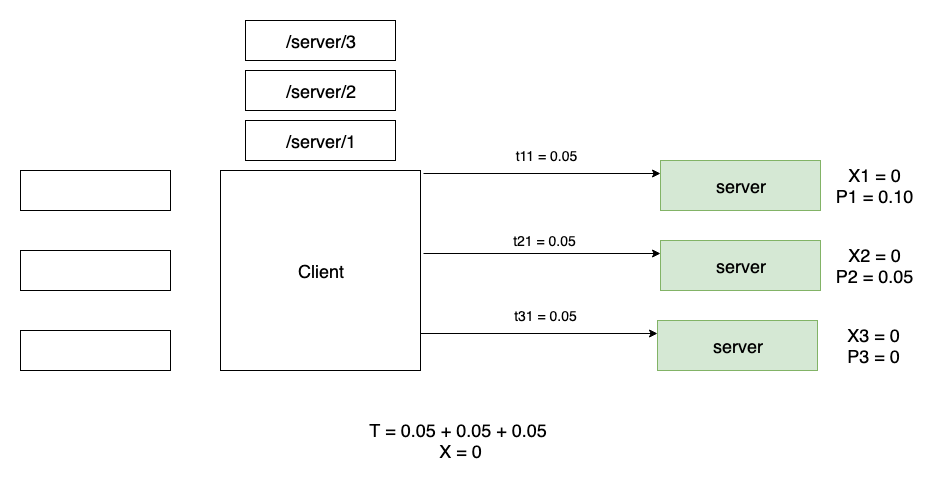
This is decks/grequests-https-talk/images/python-grequests-flow-3.png from saurabh-hirani/slides, a draw.io export, as it was before one commit. Source tidied: cells renumbered, new cells last; positions are measured from the earlier drawing's top-left corner, leaving out a move shared by most shapes. Source of this version:
```xml
<mxGraphModel>
  <root>
    <mxCell id="0" />
    <mxCell id="1" parent="0" />
    <mxCell id="2" style="rounded=0;whiteSpace=wrap;html=1;" parent="1" vertex="1">
      <mxGeometry y="150" width="150" height="40" as="geometry" />
    </mxCell>
    <mxCell id="3" style="rounded=0;whiteSpace=wrap;html=1;" parent="1" vertex="1">
      <mxGeometry y="230" width="150" height="40" as="geometry" />
    </mxCell>
    <mxCell id="4" style="rounded=0;whiteSpace=wrap;html=1;" parent="1" vertex="1">
      <mxGeometry y="310" width="150" height="40" as="geometry" />
    </mxCell>
    <mxCell id="5" value="&lt;font style=&quot;font-size: 18px&quot;&gt;Client&lt;/font&gt;" style="whiteSpace=wrap;html=1;" parent="1" vertex="1">
      <mxGeometry x="200" y="150" width="200" height="200" as="geometry" />
    </mxCell>
    <mxCell id="6" style="edgeStyle=orthogonalEdgeStyle;rounded=0;jettySize=auto;html=1;exitX=1.015;exitY=0.015;exitDx=0;exitDy=0;entryX=0;entryY=0.25;entryDx=0;entryDy=0;exitPerimeter=0;" parent="1" edge="1" source="5" target="7">
      <mxGeometry relative="1" as="geometry" />
    </mxCell>
    <mxCell id="7" value="&lt;span style=&quot;white-space: normal&quot;&gt;&lt;font style=&quot;font-size: 18px&quot;&gt;server&lt;br&gt;&lt;/font&gt;&lt;/span&gt;" style="rounded=0;whiteSpace=wrap;html=1;fillColor=#d5e8d4;strokeColor=#82b366;" parent="1" vertex="1">
      <mxGeometry x="640" y="140" width="160" height="50" as="geometry" />
    </mxCell>
    <object id="8" label="&lt;font style=&quot;font-size: 18px&quot;&gt;T = 0.05 + 0.05 + 0.05&amp;nbsp;&lt;br&gt;X = 0&lt;br&gt;&lt;/font&gt;" name="Variable" placeholders="1">
      <mxCell style="text;html=1;strokeColor=none;fillColor=none;align=center;verticalAlign=middle;whiteSpace=wrap;overflow=hidden;" parent="1" vertex="1">
        <mxGeometry y="390" width="880" height="60" as="geometry" />
      </mxCell>
    </object>
    <mxCell id="9" style="edgeStyle=orthogonalEdgeStyle;rounded=0;jettySize=auto;html=1;exitX=1.015;exitY=0.015;exitDx=0;exitDy=0;entryX=0;entryY=0.25;entryDx=0;entryDy=0;exitPerimeter=0;" parent="1" edge="1" target="10">
      <mxGeometry relative="1" as="geometry">
        <mxPoint x="403" y="233" as="sourcePoint" />
      </mxGeometry>
    </mxCell>
    <mxCell id="10" value="&lt;span style=&quot;white-space: normal&quot;&gt;&lt;font style=&quot;font-size: 18px&quot;&gt;server&lt;br&gt;&lt;/font&gt;&lt;/span&gt;" style="rounded=0;whiteSpace=wrap;html=1;fillColor=#d5e8d4;strokeColor=#82b366;" parent="1" vertex="1">
      <mxGeometry x="640" y="220" width="160" height="50" as="geometry" />
    </mxCell>
    <mxCell id="11" style="edgeStyle=orthogonalEdgeStyle;rounded=0;jettySize=auto;html=1;exitX=1.015;exitY=0.015;exitDx=0;exitDy=0;entryX=0;entryY=0.25;entryDx=0;entryDy=0;exitPerimeter=0;" parent="1" edge="1" target="12">
      <mxGeometry relative="1" as="geometry">
        <mxPoint x="400" y="313" as="sourcePoint" />
      </mxGeometry>
    </mxCell>
    <mxCell id="12" value="&lt;span style=&quot;white-space: normal&quot;&gt;&lt;font style=&quot;font-size: 18px&quot;&gt;server&lt;br&gt;&lt;/font&gt;&lt;/span&gt;" style="rounded=0;whiteSpace=wrap;html=1;fillColor=#d5e8d4;strokeColor=#82b366;" parent="1" vertex="1">
      <mxGeometry x="637" y="300" width="160" height="50" as="geometry" />
    </mxCell>
    <mxCell id="13" value="&lt;span style=&quot;font-size: 18px ; white-space: normal&quot;&gt;/server/1&lt;/span&gt;" style="rounded=0;whiteSpace=wrap;html=1;" parent="1" vertex="1">
      <mxGeometry x="225" y="100" width="150" height="40" as="geometry" />
    </mxCell>
    <mxCell id="14" value="&lt;span style=&quot;font-size: 18px ; white-space: normal&quot;&gt;/server/2&lt;/span&gt;" style="rounded=0;whiteSpace=wrap;html=1;" parent="1" vertex="1">
      <mxGeometry x="225" y="50" width="150" height="40" as="geometry" />
    </mxCell>
    <mxCell id="15" value="&lt;span style=&quot;font-size: 18px ; white-space: normal&quot;&gt;/server/3&lt;/span&gt;" style="rounded=0;whiteSpace=wrap;html=1;" parent="1" vertex="1">
      <mxGeometry x="225" width="150" height="40" as="geometry" />
    </mxCell>
    <object id="16" label="&lt;font style=&quot;font-size: 14px&quot;&gt;t11 = 0.05&lt;/font&gt;" name="Variable" placeholders="1">
      <mxCell style="text;html=1;strokeColor=none;fillColor=none;align=center;verticalAlign=middle;whiteSpace=wrap;overflow=hidden;" parent="1" vertex="1">
        <mxGeometry x="480" y="120" width="90" height="30" as="geometry" />
      </mxCell>
    </object>
    <object id="17" label="&lt;font style=&quot;font-size: 14px&quot;&gt;t21 = 0.05&lt;/font&gt;" name="Variable" placeholders="1">
      <mxCell style="text;html=1;strokeColor=none;fillColor=none;align=center;verticalAlign=middle;whiteSpace=wrap;overflow=hidden;" parent="1" vertex="1">
        <mxGeometry x="479" y="205" width="90" height="30" as="geometry" />
      </mxCell>
    </object>
    <object id="18" label="&lt;font style=&quot;font-size: 14px&quot;&gt;t31 = 0.05&lt;/font&gt;" name="Variable" placeholders="1">
      <mxCell style="text;html=1;strokeColor=none;fillColor=none;align=center;verticalAlign=middle;whiteSpace=wrap;overflow=hidden;" parent="1" vertex="1">
        <mxGeometry x="480" y="280" width="90" height="30" as="geometry" />
      </mxCell>
    </object>
    <object id="19" label="&lt;font style=&quot;font-size: 18px&quot;&gt;X1 = 0&lt;br&gt;P1 = 0.10&lt;/font&gt;" name="Variable" placeholders="1">
      <mxCell style="text;html=1;strokeColor=none;fillColor=none;align=center;verticalAlign=middle;whiteSpace=wrap;overflow=hidden;" parent="1" vertex="1">
        <mxGeometry x="806" y="140" width="94" height="50" as="geometry" />
      </mxCell>
    </object>
    <object id="20" label="&lt;font style=&quot;font-size: 18px&quot;&gt;X2 = 0&lt;br&gt;P2 = 0.05&lt;/font&gt;" name="Variable" placeholders="1">
      <mxCell style="text;html=1;strokeColor=none;fillColor=none;align=center;verticalAlign=middle;whiteSpace=wrap;overflow=hidden;" parent="1" vertex="1">
        <mxGeometry x="806" y="220" width="94" height="50" as="geometry" />
      </mxCell>
    </object>
    <object id="21" label="&lt;font style=&quot;font-size: 18px&quot;&gt;X3 = 0&lt;br&gt;P3 = 0&lt;/font&gt;" name="Variable" placeholders="1">
      <mxCell style="text;html=1;strokeColor=none;fillColor=none;align=center;verticalAlign=middle;whiteSpace=wrap;overflow=hidden;" parent="1" vertex="1">
        <mxGeometry x="806" y="300" width="94" height="50" as="geometry" />
      </mxCell>
    </object>
  </root>
</mxGraphModel>
```
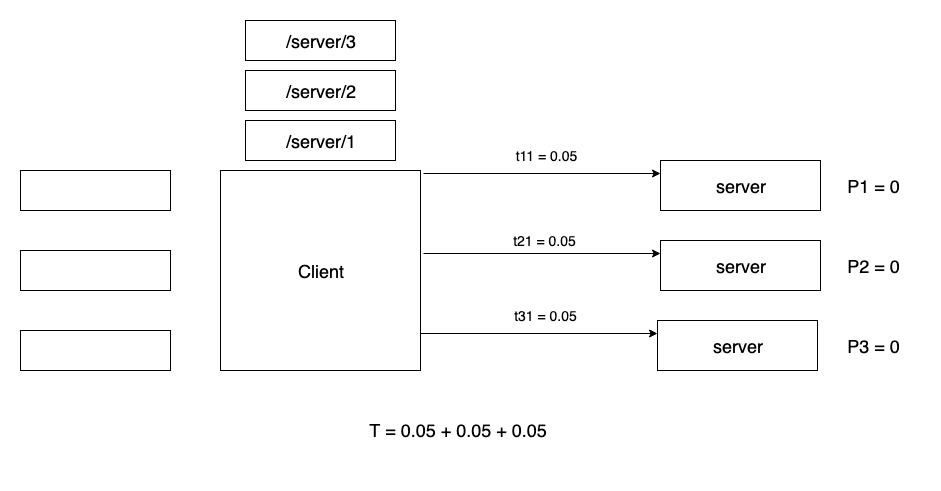
After the change.

The edit, as a diff of the source:
```diff
@@ -17,10 +17,10 @@
     <mxCell id="6" style="edgeStyle=orthogonalEdgeStyle;rounded=0;jettySize=auto;html=1;exitX=1.015;exitY=0.015;exitDx=0;exitDy=0;entryX=0;entryY=0.25;entryDx=0;entryDy=0;exitPerimeter=0;" parent="1" edge="1" source="5" target="7">
       <mxGeometry relative="1" as="geometry" />
     </mxCell>
-    <mxCell id="7" value="&lt;span style=&quot;white-space: normal&quot;&gt;&lt;font style=&quot;font-size: 18px&quot;&gt;server&lt;br&gt;&lt;/font&gt;&lt;/span&gt;" style="rounded=0;whiteSpace=wrap;html=1;fillColor=#d5e8d4;strokeColor=#82b366;" parent="1" vertex="1">
+    <mxCell id="7" value="&lt;span style=&quot;white-space: normal&quot;&gt;&lt;font style=&quot;font-size: 18px&quot;&gt;server&lt;br&gt;&lt;/font&gt;&lt;/span&gt;" style="rounded=0;whiteSpace=wrap;html=1;" parent="1" vertex="1">
       <mxGeometry x="640" y="140" width="160" height="50" as="geometry" />
     </mxCell>
-    <object id="8" label="&lt;font style=&quot;font-size: 18px&quot;&gt;T = 0.05 + 0.05 + 0.05&amp;nbsp;&lt;br&gt;X = 0&lt;br&gt;&lt;/font&gt;" name="Variable" placeholders="1">
+    <object id="8" label="&lt;font style=&quot;font-size: 18px&quot;&gt;T = 0.05 + 0.05 + 0.05&amp;nbsp;&lt;br&gt;&lt;br&gt;&lt;/font&gt;" name="Variable" placeholders="1">
       <mxCell style="text;html=1;strokeColor=none;fillColor=none;align=center;verticalAlign=middle;whiteSpace=wrap;overflow=hidden;" parent="1" vertex="1">
         <mxGeometry y="390" width="880" height="60" as="geometry" />
       </mxCell>
@@ -30,7 +30,7 @@
         <mxPoint x="403" y="233" as="sourcePoint" />
       </mxGeometry>
     </mxCell>
-    <mxCell id="10" value="&lt;span style=&quot;white-space: normal&quot;&gt;&lt;font style=&quot;font-size: 18px&quot;&gt;server&lt;br&gt;&lt;/font&gt;&lt;/span&gt;" style="rounded=0;whiteSpace=wrap;html=1;fillColor=#d5e8d4;strokeColor=#82b366;" parent="1" vertex="1">
+    <mxCell id="10" value="&lt;span style=&quot;white-space: normal&quot;&gt;&lt;font style=&quot;font-size: 18px&quot;&gt;server&lt;br&gt;&lt;/font&gt;&lt;/span&gt;" style="rounded=0;whiteSpace=wrap;html=1;" parent="1" vertex="1">
       <mxGeometry x="640" y="220" width="160" height="50" as="geometry" />
     </mxCell>
     <mxCell id="11" style="edgeStyle=orthogonalEdgeStyle;rounded=0;jettySize=auto;html=1;exitX=1.015;exitY=0.015;exitDx=0;exitDy=0;entryX=0;entryY=0.25;entryDx=0;entryDy=0;exitPerimeter=0;" parent="1" edge="1" target="12">
@@ -38,7 +38,7 @@
         <mxPoint x="400" y="313" as="sourcePoint" />
       </mxGeometry>
     </mxCell>
-    <mxCell id="12" value="&lt;span style=&quot;white-space: normal&quot;&gt;&lt;font style=&quot;font-size: 18px&quot;&gt;server&lt;br&gt;&lt;/font&gt;&lt;/span&gt;" style="rounded=0;whiteSpace=wrap;html=1;fillColor=#d5e8d4;strokeColor=#82b366;" parent="1" vertex="1">
+    <mxCell id="12" value="&lt;span style=&quot;white-space: normal&quot;&gt;&lt;font style=&quot;font-size: 18px&quot;&gt;server&lt;br&gt;&lt;/font&gt;&lt;/span&gt;" style="rounded=0;whiteSpace=wrap;html=1;" parent="1" vertex="1">
       <mxGeometry x="637" y="300" width="160" height="50" as="geometry" />
     </mxCell>
     <mxCell id="13" value="&lt;span style=&quot;font-size: 18px ; white-space: normal&quot;&gt;/server/1&lt;/span&gt;" style="rounded=0;whiteSpace=wrap;html=1;" parent="1" vertex="1">
@@ -65,17 +65,17 @@
         <mxGeometry x="480" y="280" width="90" height="30" as="geometry" />
       </mxCell>
     </object>
-    <object id="19" label="&lt;font style=&quot;font-size: 18px&quot;&gt;X1 = 0&lt;br&gt;P1 = 0.10&lt;/font&gt;" name="Variable" placeholders="1">
+    <object id="19" label="&lt;font style=&quot;font-size: 18px&quot;&gt;P1 = 0&lt;/font&gt;" name="Variable" placeholders="1">
       <mxCell style="text;html=1;strokeColor=none;fillColor=none;align=center;verticalAlign=middle;whiteSpace=wrap;overflow=hidden;" parent="1" vertex="1">
         <mxGeometry x="806" y="140" width="94" height="50" as="geometry" />
       </mxCell>
     </object>
-    <object id="20" label="&lt;font style=&quot;font-size: 18px&quot;&gt;X2 = 0&lt;br&gt;P2 = 0.05&lt;/font&gt;" name="Variable" placeholders="1">
+    <object id="20" label="&lt;font style=&quot;font-size: 18px&quot;&gt;P2 = 0&lt;/font&gt;" name="Variable" placeholders="1">
       <mxCell style="text;html=1;strokeColor=none;fillColor=none;align=center;verticalAlign=middle;whiteSpace=wrap;overflow=hidden;" parent="1" vertex="1">
         <mxGeometry x="806" y="220" width="94" height="50" as="geometry" />
       </mxCell>
     </object>
-    <object id="21" label="&lt;font style=&quot;font-size: 18px&quot;&gt;X3 = 0&lt;br&gt;P3 = 0&lt;/font&gt;" name="Variable" placeholders="1">
+    <object id="21" label="&lt;font style=&quot;font-size: 18px&quot;&gt;P3 = 0&lt;/font&gt;" name="Variable" placeholders="1">
       <mxCell style="text;html=1;strokeColor=none;fillColor=none;align=center;verticalAlign=middle;whiteSpace=wrap;overflow=hidden;" parent="1" vertex="1">
         <mxGeometry x="806" y="300" width="94" height="50" as="geometry" />
       </mxCell>
```
